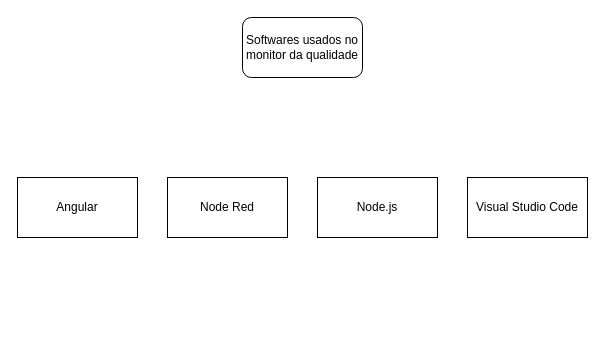
Before: softwares.drawio in zeca-esp/disney.github.io, a draw.io diagram. Source tidied: cells renumbered, new cells numbered last; positions are measured from the earlier drawing's top-left corner, leaving out a move shared by most shapes. Both pictures are drawn from the tidied source at 100%, with x=0, y=0 at pixel (17, 17).
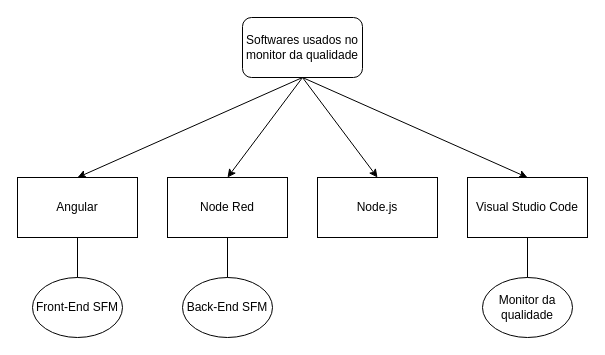
The same page after the edit.

Diff of the diagram source:
```diff
@@
 <mxGraphModel>
   <root>
     <mxCell id="0" />
     <mxCell id="1" parent="0" />
     <mxCell id="2" value="Softwares usados no monitor da qualidade" style="rounded=1;whiteSpace=wrap;html=1;" parent="1" vertex="1">
       <mxGeometry x="225" width="120" height="60" as="geometry" />
     </mxCell>
     <mxCell id="3" value="Visual Studio Code" style="rounded=0;whiteSpace=wrap;html=1;" parent="1" vertex="1">
       <mxGeometry x="450" y="160" width="120" height="60" as="geometry" />
     </mxCell>
     <mxCell id="4" value="Node.js" style="rounded=0;whiteSpace=wrap;html=1;" parent="1" vertex="1">
       <mxGeometry x="300" y="160" width="120" height="60" as="geometry" />
     </mxCell>
     <mxCell id="5" value="Node Red" style="rounded=0;whiteSpace=wrap;html=1;" parent="1" vertex="1">
       <mxGeometry x="150" y="160" width="120" height="60" as="geometry" />
     </mxCell>
     <mxCell id="6" value="Angular" style="rounded=0;whiteSpace=wrap;html=1;" parent="1" vertex="1">
       <mxGeometry y="160" width="120" height="60" as="geometry" />
     </mxCell>
+    <mxCell id="7" value="Front-End SFM" style="ellipse;whiteSpace=wrap;html=1;" parent="1" vertex="1">
+      <mxGeometry x="15" y="260" width="90" height="60" as="geometry" />
+    </mxCell>
+    <mxCell id="8" style="endArrow=none;html=1;exitX=0.5;exitY=1;exitDx=0;exitDy=0;entryX=0.5;entryY=0;entryDx=0;entryDy=0;" parent="1" edge="1" source="6" target="7">
+      <mxGeometry relative="1" as="geometry" />
+    </mxCell>
+    <mxCell id="9" value="Back-End SFM" style="ellipse;whiteSpace=wrap;html=1;" parent="1" vertex="1">
+      <mxGeometry x="165" y="260" width="90" height="60" as="geometry" />
+    </mxCell>
+    <mxCell id="10" style="endArrow=none;html=1;exitX=0.5;exitY=1;exitDx=0;exitDy=0;entryX=0.5;entryY=0;entryDx=0;entryDy=0;" parent="1" edge="1" source="5" target="9">
+      <mxGeometry relative="1" as="geometry" />
+    </mxCell>
+    <mxCell id="11" value="Monitor da qualidade" style="ellipse;whiteSpace=wrap;html=1;" parent="1" vertex="1">
+      <mxGeometry x="465" y="260" width="90" height="60" as="geometry" />
+    </mxCell>
+    <mxCell id="12" style="endArrow=none;html=1;entryX=0.5;entryY=1;entryDx=0;entryDy=0;exitX=0.5;exitY=0;exitDx=0;exitDy=0;" parent="1" edge="1" source="11" target="3">
+      <mxGeometry relative="1" as="geometry" />
+    </mxCell>
+    <mxCell id="13" style="endArrow=classic;html=1;exitX=0.5;exitY=1;exitDx=0;exitDy=0;entryX=0.5;entryY=0;entryDx=0;entryDy=0;" parent="1" edge="1" source="2" target="6">
+      <mxGeometry relative="1" as="geometry" />
+    </mxCell>
+    <mxCell id="14" style="endArrow=classic;html=1;exitX=0.5;exitY=1;exitDx=0;exitDy=0;entryX=0.5;entryY=0;entryDx=0;entryDy=0;" parent="1" edge="1" source="2" target="5">
+      <mxGeometry relative="1" as="geometry" />
+    </mxCell>
+    <mxCell id="15" style="endArrow=classic;html=1;exitX=0.5;exitY=1;exitDx=0;exitDy=0;entryX=0.5;entryY=0;entryDx=0;entryDy=0;" parent="1" edge="1" source="2" target="4">
+      <mxGeometry relative="1" as="geometry" />
+    </mxCell>
+    <mxCell id="16" style="endArrow=classic;html=1;exitX=0.5;exitY=1;exitDx=0;exitDy=0;entryX=0.5;entryY=0;entryDx=0;entryDy=0;" parent="1" edge="1" source="2" target="3">
+      <mxGeometry relative="1" as="geometry" />
+    </mxCell>
   </root>
 </mxGraphModel>
```
